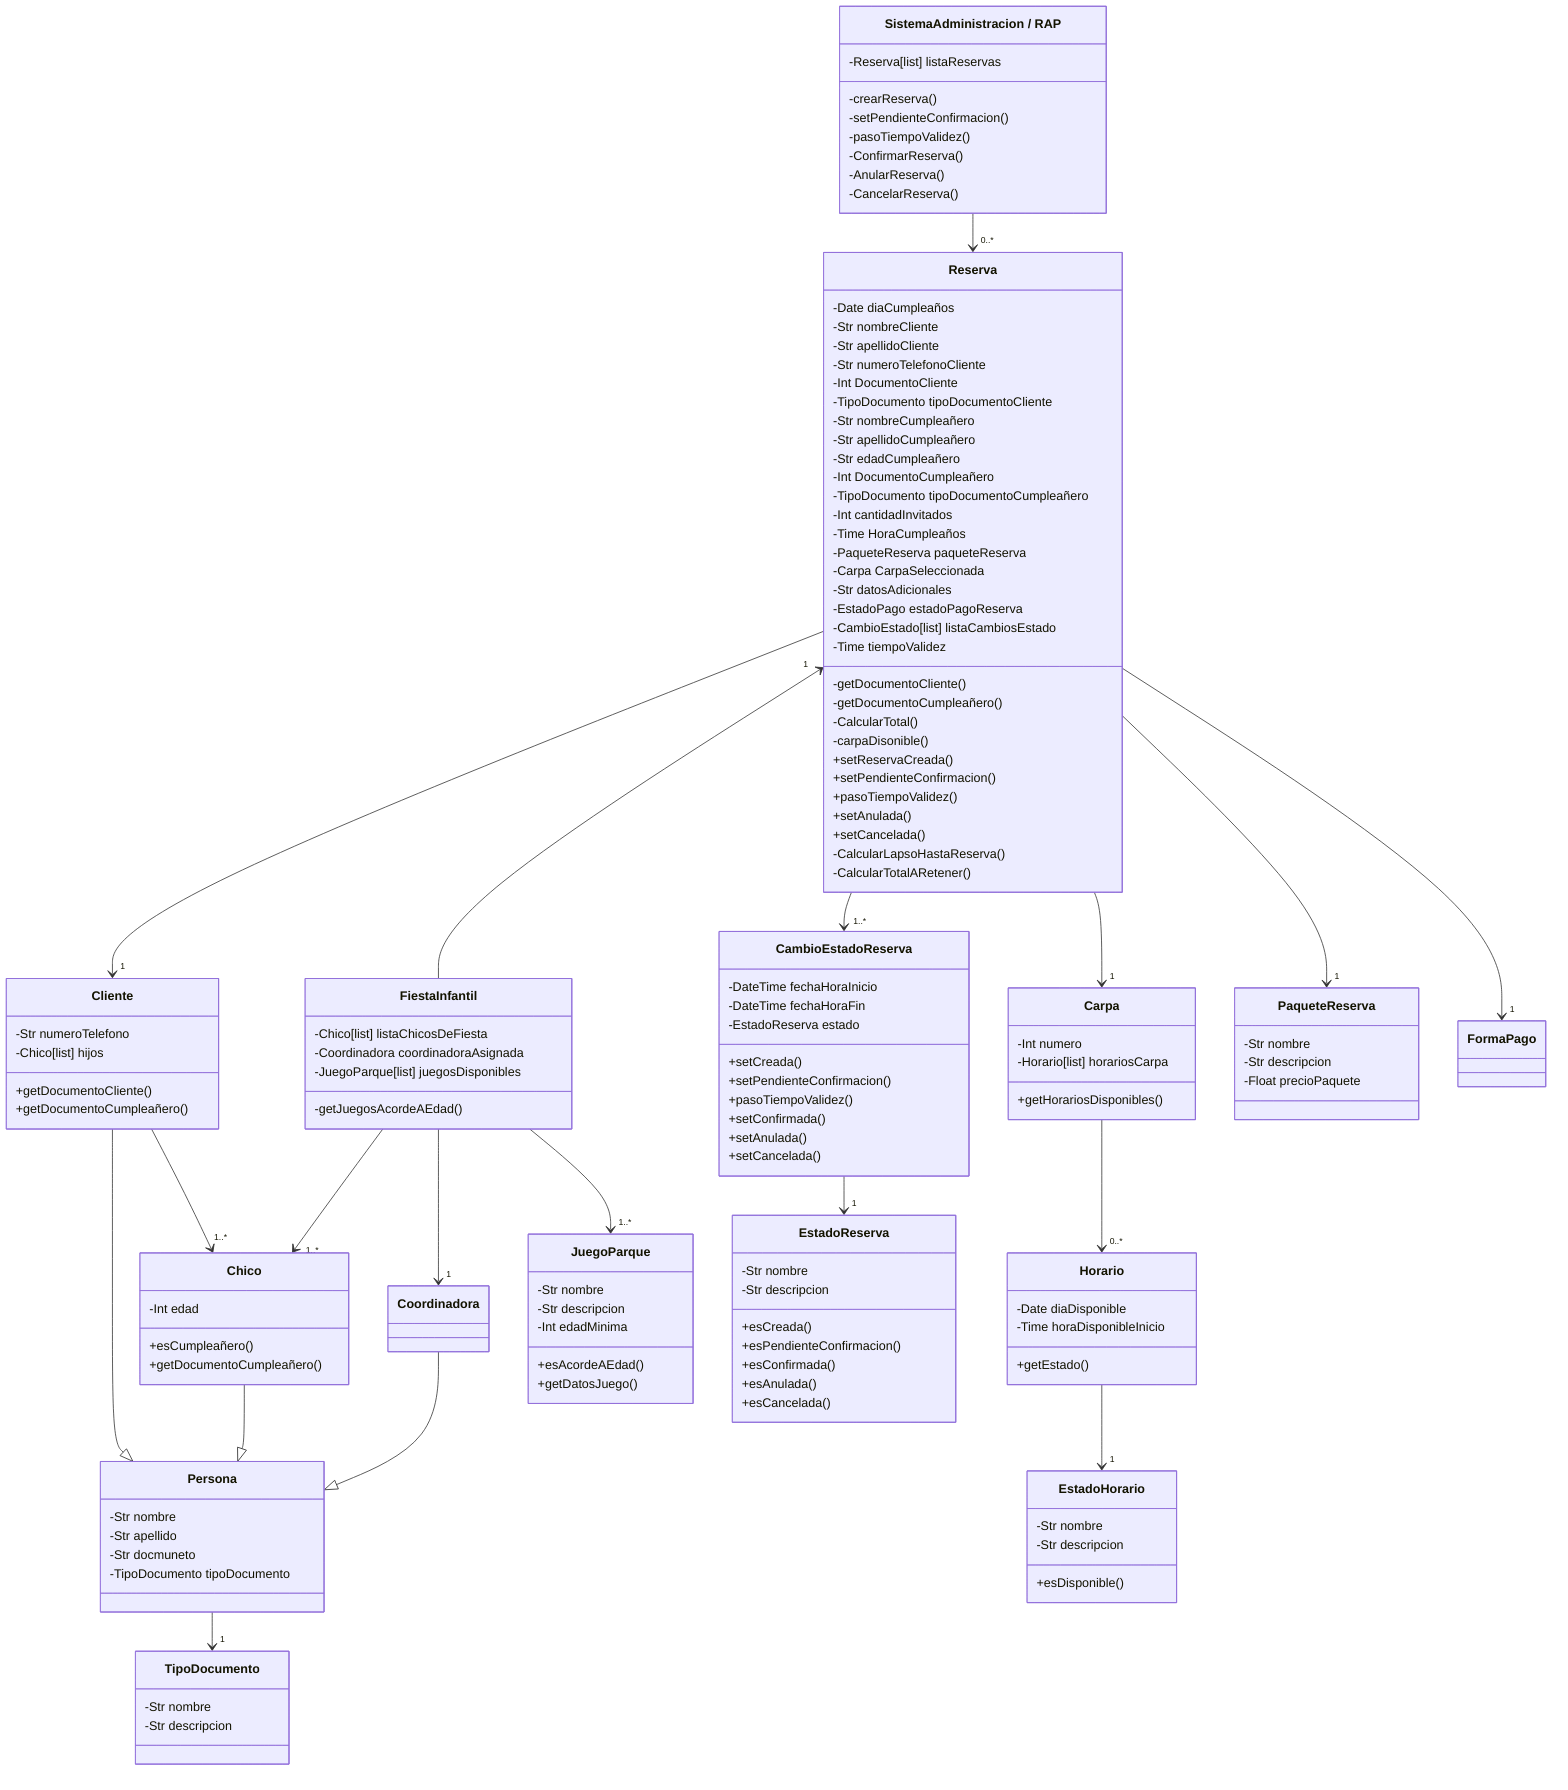
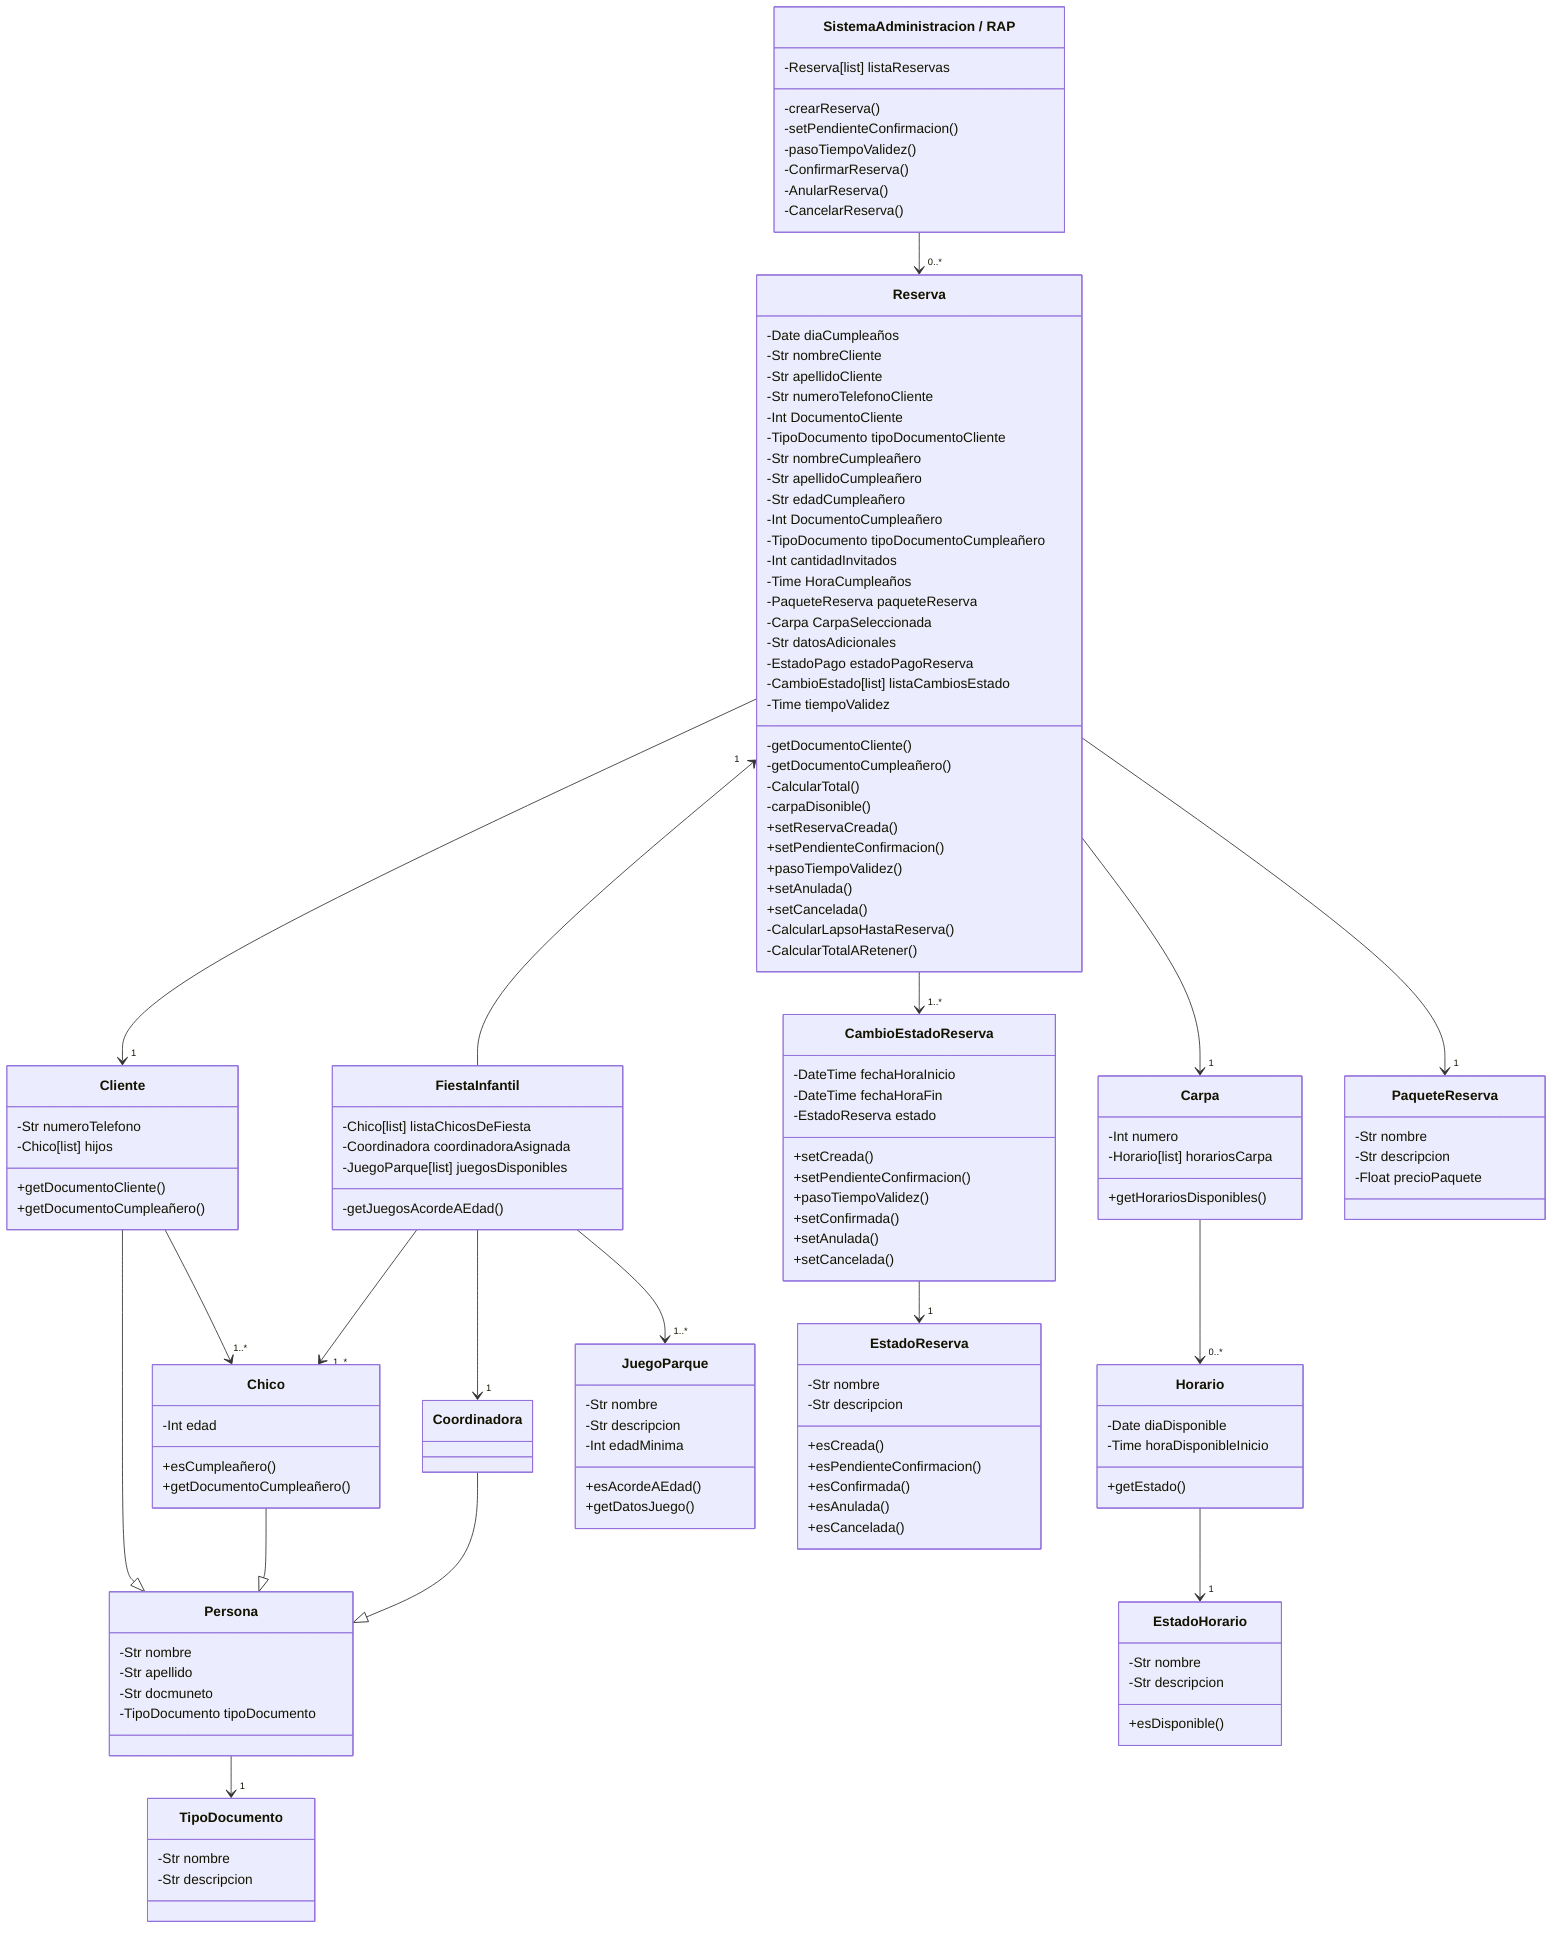
classDiagram

    Reserva -->"1" Cliente
    SistemaAdministracion -->"0..*" Reserva
    Cliente --|> Persona
    Cliente -->"1..*" Chico
    Reserva "1"<--FiestaInfantil
    Reserva -->"1..*" CambioEstadoReserva
    CambioEstadoReserva -->"1" EstadoReserva
    FiestaInfantil -->"1..*" Chico
    FiestaInfantil -->"1" Coordinadora
    FiestaInfantil -->"1..*" JuegoParque
    Coordinadora --|> Persona
    Reserva -->"1" Carpa
    Carpa -->"0..*" Horario
    Horario -->"1" EstadoHorario
    Persona -->"1" TipoDocumento
    Chico --|> Persona
    Reserva -->"1" PaqueteReserva
-     Reserva -->"1" FormaPago
    Administrador

    class Reserva {
        -Date diaCumpleaños
        -Str nombreCliente
        -Str apellidoCliente
        -Str numeroTelefonoCliente
        -Int DocumentoCliente
        -TipoDocumento tipoDocumentoCliente
        -Str nombreCumpleañero
        -Str apellidoCumpleañero
        -Str edadCumpleañero
        -Int DocumentoCumpleañero
        -TipoDocumento tipoDocumentoCumpleañero
        -Int cantidadInvitados
        -Time HoraCumpleaños
        -PaqueteReserva paqueteReserva
        -Carpa CarpaSeleccionada
        -Str datosAdicionales
        -EstadoPago estadoPagoReserva
        -CambioEstado[list] listaCambiosEstado
        -Time tiempoValidez
        -getDocumentoCliente()
        -getDocumentoCumpleañero()
        -CalcularTotal()
        -carpaDisonible()
        +setReservaCreada()
        +setPendienteConfirmacion()
        +pasoTiempoValidez()
        +setAnulada()
        +setCancelada()
        -CalcularLapsoHastaReserva()
        -CalcularTotalARetener()
    }
    class Cliente {
        -Str numeroTelefono
        -Chico[list] hijos

        +getDocumentoCliente()
        +getDocumentoCumpleañero()
    }
    class Persona {
        -Str nombre
        -Str apellido
        -Str docmuneto
        -TipoDocumento tipoDocumento
    }
    class Carpa{
        -Int numero
        -Horario[list] horariosCarpa
        +getHorariosDisponibles()
    }
    class Horario {
        -Date diaDisponible
        -Time horaDisponibleInicio
        +getEstado()
    }
    class EstadoHorario {
        -Str nombre
        -Str descripcion
        +esDisponible()
    }

    class CambioEstadoReserva {
        -DateTime fechaHoraInicio
        -DateTime fechaHoraFin
        -EstadoReserva estado
        +setCreada()
        +setPendienteConfirmacion()
        +pasoTiempoValidez()
        +setConfirmada()
        +setAnulada()
        +setCancelada()
    }

    class EstadoReserva {
        -Str nombre
        -Str descripcion
        +esCreada()
        +esPendienteConfirmacion()
        +esConfirmada()
        +esAnulada()
        +esCancelada()
    }
    class PaqueteReserva {
        -Str nombre
        -Str descripcion
        -Float precioPaquete
    }
    class TipoDocumento {
        -Str nombre
        -Str descripcion
    }
    class FiestaInfantil {
        -Chico[list] listaChicosDeFiesta
        -Coordinadora coordinadoraAsignada
        -JuegoParque[list] juegosDisponibles
        -getJuegosAcordeAEdad()
    }
    class Chico {
        -Int edad
        +esCumpleañero()
        +getDocumentoCumpleañero()
    }
    class SistemaAdministracion["SistemaAdministracion / RAP"] {
        -Reserva[list] listaReservas
        -crearReserva()
        -setPendienteConfirmacion()
        -pasoTiempoValidez()
        -ConfirmarReserva()
        -AnularReserva()
        -CancelarReserva()
    }

    class Coordinadora

    class JuegoParque {
        -Str nombre
        -Str descripcion
        -Int edadMinima
        +esAcordeAEdad()
        +getDatosJuego()
    }